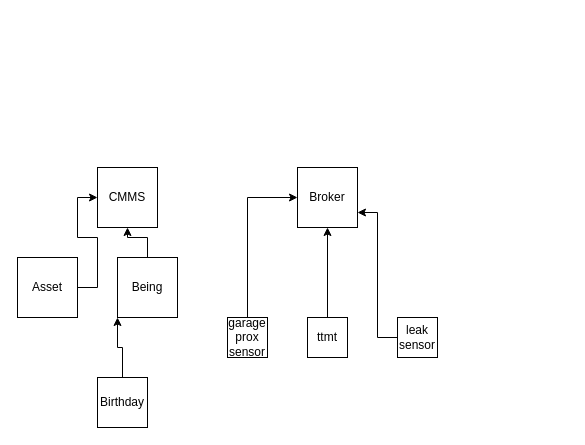
Earlier version of the draw.io diagram Arch.drawio (cpuzzo/homelab). Source tidied: cells renumbered, new cells numbered last; positions are measured from the earlier drawing's top-left corner, leaving out a move shared by most shapes. Both pictures are drawn from the tidied source at 100%, with x=0, y=0 at pixel (17, 167).
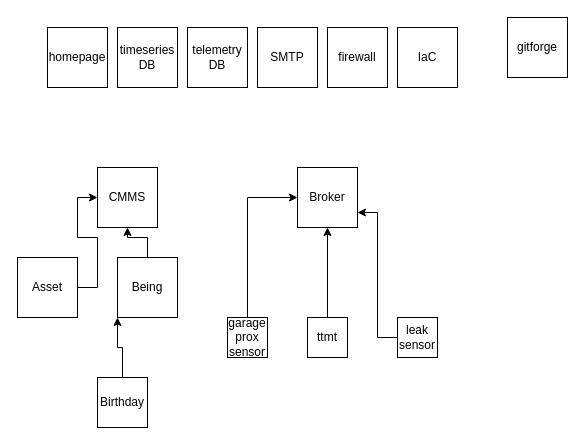
After the change.

What changed in the source:
```diff
@@
+    <mxCell id="16" value="SMTP" style="whiteSpace=wrap;html=1;" parent="1" vertex="1">
+      <mxGeometry x="240" y="-140" width="60" height="60" as="geometry" />
+    </mxCell>
+    <mxCell id="17" value="homepage" style="whiteSpace=wrap;html=1;" parent="1" vertex="1">
+      <mxGeometry x="30" y="-140" width="60" height="60" as="geometry" />
+    </mxCell>
+    <mxCell id="18" value="timeseries DB" style="whiteSpace=wrap;html=1;" parent="1" vertex="1">
+      <mxGeometry x="100" y="-140" width="60" height="60" as="geometry" />
+    </mxCell>
+    <mxCell id="19" value="telemetry DB" style="whiteSpace=wrap;html=1;" parent="1" vertex="1">
+      <mxGeometry x="170" y="-140" width="60" height="60" as="geometry" />
+    </mxCell>
+    <mxCell id="20" value="gitforge" style="whiteSpace=wrap;html=1;" parent="1" vertex="1">
+      <mxGeometry x="490" y="-150" width="60" height="60" as="geometry" />
+    </mxCell>
+    <mxCell id="21" value="firewall" style="whiteSpace=wrap;html=1;" parent="1" vertex="1">
+      <mxGeometry x="310" y="-140" width="60" height="60" as="geometry" />
+    </mxCell>
+    <mxCell id="22" value="IaC" style="whiteSpace=wrap;html=1;" parent="1" vertex="1">
+      <mxGeometry x="380" y="-140" width="60" height="60" as="geometry" />
+    </mxCell>
```
